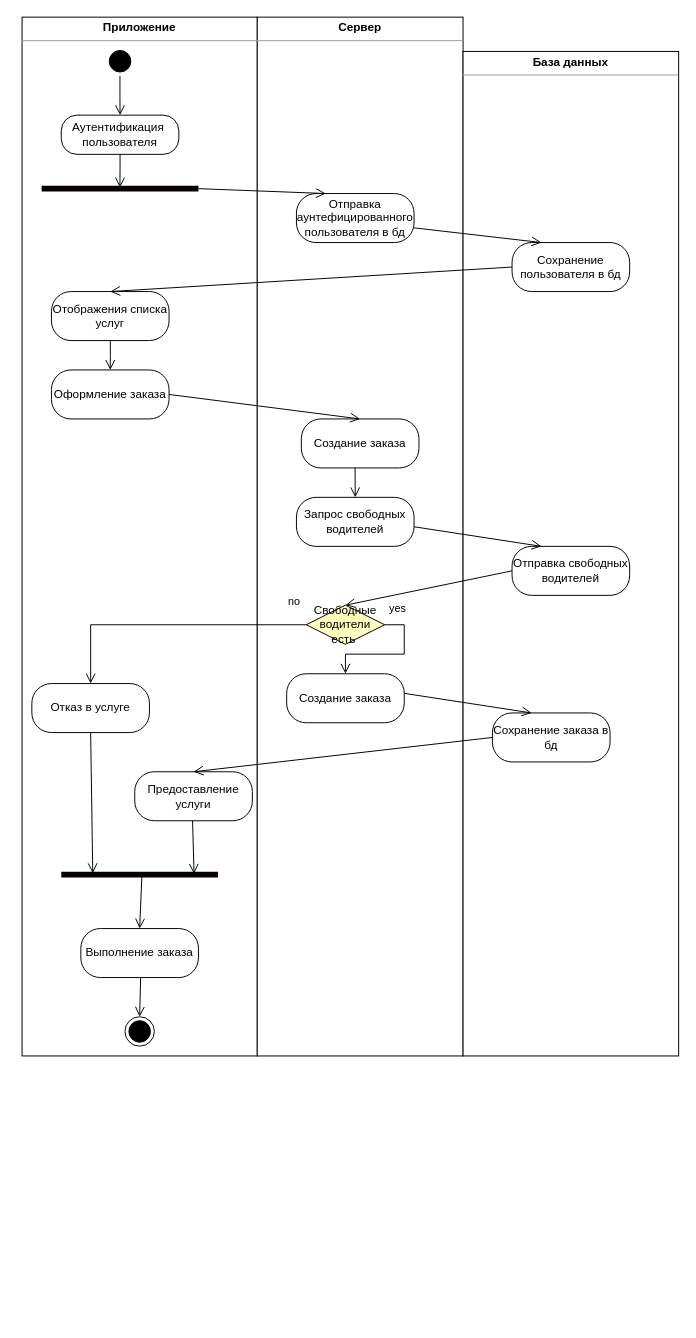
Earlier version of the draw.io diagram деятельности.drawio (Leewhocan/10_siaod). Source tidied: cells renumbered, new cells numbered last; positions are measured from the earlier drawing's top-left corner, leaving out a move shared by most shapes. Both pictures are drawn from the tidied source at 98%, with x=0, y=0 at pixel (22, 17).
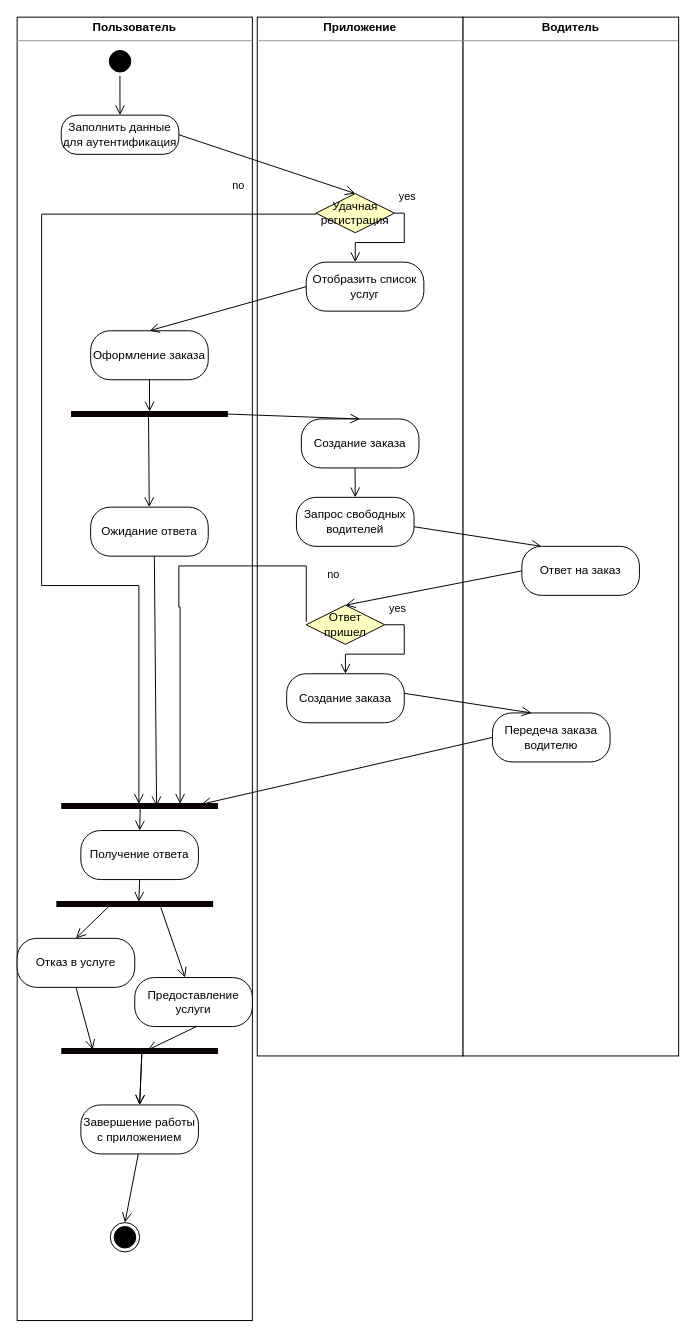
The same page after the edit.

The change refers to these unchanged cells:
```xml
<mxCell id="15" value="Создание заказа" style="rounded=1;whiteSpace=wrap;html=1;arcSize=40;fontColor=#000000;fillColor=#FFFFFF;strokeColor=#050000;" parent="1" vertex="1">
  <mxGeometry x="285" y="410" width="120" height="50" as="geometry" />
</mxCell>
```

The edit, as a diff of the source:
```diff
@@
-    <mxCell id="2" value="&lt;p style=&quot;margin:0px;margin-top:4px;text-align:center;&quot;&gt;&lt;b&gt;Приложение&lt;/b&gt;&lt;/p&gt;&lt;hr size=&quot;1&quot;&gt;&lt;div style=&quot;height:2px;&quot;&gt;&lt;/div&gt;" style="verticalAlign=top;align=left;overflow=fill;fontSize=12;fontFamily=Helvetica;html=1;whiteSpace=wrap;" parent="1" vertex="1">
-      <mxGeometry width="240" height="1060" as="geometry" />
+    <mxCell id="2" value="&lt;p style=&quot;margin:0px;margin-top:4px;text-align:center;&quot;&gt;&lt;b&gt;Пользователь&lt;/b&gt;&lt;/p&gt;&lt;hr size=&quot;1&quot;&gt;&lt;div style=&quot;height:2px;&quot;&gt;&lt;/div&gt;" style="verticalAlign=top;align=left;overflow=fill;fontSize=12;fontFamily=Helvetica;html=1;whiteSpace=wrap;" parent="1" vertex="1">
+      <mxGeometry x="-5" width="240" height="1330" as="geometry" />
     </mxCell>
-    <mxCell id="3" value="&lt;p style=&quot;margin:0px;margin-top:4px;text-align:center;&quot;&gt;&lt;b&gt;Сервер&lt;/b&gt;&lt;/p&gt;&lt;hr size=&quot;1&quot;&gt;&lt;div style=&quot;height:2px;&quot;&gt;&lt;/div&gt;" style="verticalAlign=top;align=left;overflow=fill;fontSize=12;fontFamily=Helvetica;html=1;whiteSpace=wrap;" parent="1" vertex="1">
+    <mxCell id="3" value="&lt;p style=&quot;margin:0px;margin-top:4px;text-align:center;&quot;&gt;&lt;b&gt;Приложение&lt;/b&gt;&lt;/p&gt;&lt;hr size=&quot;1&quot;&gt;&lt;div style=&quot;height:2px;&quot;&gt;&lt;/div&gt;" style="verticalAlign=top;align=left;overflow=fill;fontSize=12;fontFamily=Helvetica;html=1;whiteSpace=wrap;" parent="1" vertex="1">
       <mxGeometry x="240" width="210" height="1060" as="geometry" />
     </mxCell>
-    <mxCell id="4" value="&lt;p style=&quot;margin:0px;margin-top:4px;text-align:center;&quot;&gt;&lt;b&gt;База данных&lt;/b&gt;&lt;/p&gt;&lt;hr size=&quot;1&quot;&gt;&lt;div style=&quot;height:2px;&quot;&gt;&lt;/div&gt;" style="verticalAlign=top;align=left;overflow=fill;fontSize=12;fontFamily=Helvetica;html=1;whiteSpace=wrap;" parent="1" vertex="1">
-      <mxGeometry x="450" y="35" width="220" height="1025" as="geometry" />
+    <mxCell id="4" value="&lt;p style=&quot;margin:0px;margin-top:4px;text-align:center;&quot;&gt;&lt;b&gt;Водитель&lt;/b&gt;&lt;/p&gt;&lt;hr size=&quot;1&quot;&gt;&lt;div style=&quot;height:2px;&quot;&gt;&lt;/div&gt;" style="verticalAlign=top;align=left;overflow=fill;fontSize=12;fontFamily=Helvetica;html=1;whiteSpace=wrap;" parent="1" vertex="1">
+      <mxGeometry x="450" width="220" height="1060" as="geometry" />
     </mxCell>
@@
-    <mxCell id="7" value="Аутентификация&amp;nbsp;&lt;br&gt;пользователя" style="rounded=1;whiteSpace=wrap;html=1;arcSize=40;fontColor=#000000;fillColor=#FFFFFF;strokeColor=#050000;" parent="1" vertex="1">
+    <mxCell id="7" value="Заполнить данные для&amp;nbsp;аутентификация" style="rounded=1;whiteSpace=wrap;html=1;arcSize=40;fontColor=#000000;fillColor=#FFFFFF;strokeColor=#050000;" parent="1" vertex="1">
       <mxGeometry x="40" y="100" width="120" height="40" as="geometry" />
     </mxCell>
-    <mxCell id="8" style="edgeStyle=orthogonalEdgeStyle;html=1;verticalAlign=bottom;endArrow=open;endSize=8;strokeColor=#000000;rounded=0;entryX=0.499;entryY=0.392;entryDx=0;entryDy=0;entryPerimeter=0;" parent="1" edge="1" source="7" target="9">
-      <mxGeometry relative="1" as="geometry" />
-    </mxCell>
-    <mxCell id="9" style="shape=line;html=1;strokeWidth=6;strokeColor=#080000;" parent="1" vertex="1">
-      <mxGeometry x="20" y="170" width="160" height="10" as="geometry" />
-    </mxCell>
-    <mxCell id="10" value="Отправка аунтефицированного пользователя в бд" style="rounded=1;whiteSpace=wrap;html=1;arcSize=40;fontColor=#000000;fillColor=#FFFFFF;strokeColor=#050000;" parent="1" vertex="1">
-      <mxGeometry x="280" y="180" width="120" height="50" as="geometry" />
-    </mxCell>
-    <mxCell id="11" style="html=1;verticalAlign=bottom;endArrow=open;endSize=8;strokeColor=#000000;rounded=0;entryX=0.25;entryY=0;entryDx=0;entryDy=0;exitX=1;exitY=0.5;exitDx=0;exitDy=0;exitPerimeter=0;" parent="1" edge="1" source="9" target="10">
-      <mxGeometry relative="1" as="geometry" />
-    </mxCell>
     <mxCell id="12" value="Оформление заказа" style="rounded=1;whiteSpace=wrap;html=1;arcSize=40;fontColor=#000000;fillColor=#FFFFFF;strokeColor=#050000;" parent="1" vertex="1">
-      <mxGeometry x="30" y="360" width="120" height="50" as="geometry" />
+      <mxGeometry x="70" y="320" width="120" height="50" as="geometry" />
     </mxCell>
-    <mxCell id="13" value="Сохранение пользователя в бд" style="rounded=1;whiteSpace=wrap;html=1;arcSize=40;fontColor=#000000;fillColor=#FFFFFF;strokeColor=#050000;" parent="1" vertex="1">
-      <mxGeometry x="500" y="230" width="120" height="50" as="geometry" />
-    </mxCell>
-    <mxCell id="14" style="edgeStyle=orthogonalEdgeStyle;html=1;verticalAlign=bottom;endArrow=open;endSize=8;strokeColor=#080000;rounded=0;exitX=0.501;exitY=0.743;exitDx=0;exitDy=0;exitPerimeter=0;entryX=0.5;entryY=0;entryDx=0;entryDy=0;" parent="1" edge="1" source="18" target="12">
-      <mxGeometry relative="1" as="geometry" />
-    </mxCell>
@@
-    <mxCell id="16" style="html=1;verticalAlign=bottom;endArrow=open;endSize=8;strokeColor=#080000;rounded=0;exitX=1;exitY=0.5;exitDx=0;exitDy=0;entryX=0.5;entryY=0;entryDx=0;entryDy=0;" parent="1" edge="1" source="12" target="15">
+    <mxCell id="16" style="html=1;verticalAlign=bottom;endArrow=open;endSize=8;strokeColor=#080000;rounded=0;exitX=1;exitY=0.5;exitDx=0;exitDy=0;entryX=0.5;entryY=0;entryDx=0;entryDy=0;exitPerimeter=0;" parent="1" edge="1" source="46" target="15">
       <mxGeometry relative="1" as="geometry" />
     </mxCell>
-    <mxCell id="17" style="html=1;verticalAlign=bottom;endArrow=open;endSize=8;strokeColor=#000000;rounded=0;entryX=0.25;entryY=0;entryDx=0;entryDy=0;exitX=1;exitY=0.5;exitDx=0;exitDy=0;exitPerimeter=0;" parent="1" edge="1">
-      <mxGeometry relative="1" as="geometry">
-        <mxPoint x="400" y="215" as="sourcePoint" />
-        <mxPoint x="530" y="230" as="targetPoint" />
-      </mxGeometry>
-    </mxCell>
-    <mxCell id="18" value="Отображения списка услуг" style="rounded=1;whiteSpace=wrap;html=1;arcSize=40;fontColor=#000000;fillColor=#FFFFFF;strokeColor=#050000;" parent="1" vertex="1">
-      <mxGeometry x="30" y="280" width="120" height="50" as="geometry" />
-    </mxCell>
-    <mxCell id="19" style="html=1;verticalAlign=bottom;endArrow=open;endSize=8;strokeColor=#000000;rounded=0;entryX=0.5;entryY=0;entryDx=0;entryDy=0;exitX=0;exitY=0.5;exitDx=0;exitDy=0;" parent="1" edge="1" source="13" target="18">
-      <mxGeometry relative="1" as="geometry" />
-    </mxCell>
-    <mxCell id="20" value="Свободные водители есть&amp;nbsp;" style="rhombus;whiteSpace=wrap;html=1;fontColor=#000000;fillColor=#ffffc0;strokeColor=#0A0000;" parent="1" vertex="1">
+    <mxCell id="20" value="Ответ пришел" style="rhombus;whiteSpace=wrap;html=1;fontColor=#000000;fillColor=#ffffc0;strokeColor=#0A0000;" parent="1" vertex="1">
       <mxGeometry x="290" y="600" width="80" height="40" as="geometry" />
     </mxCell>
-    <mxCell id="21" value="no" style="edgeStyle=orthogonalEdgeStyle;html=1;align=left;verticalAlign=bottom;endArrow=open;endSize=8;strokeColor=#0A0000;rounded=0;entryX=0.5;entryY=0;entryDx=0;entryDy=0;" parent="1" edge="1" source="20" target="28">
-      <mxGeometry x="-0.86" y="-15" relative="1" as="geometry" />
+    <mxCell id="21" value="no" style="edgeStyle=orthogonalEdgeStyle;html=1;align=left;verticalAlign=bottom;endArrow=open;endSize=8;strokeColor=#0A0000;rounded=0;entryX=0.495;entryY=0.28;entryDx=0;entryDy=0;entryPerimeter=0;" parent="1" edge="1" target="49">
+      <mxGeometry x="-0.82" y="-20" relative="1" as="geometry">
+        <mxPoint x="300" y="200" as="sourcePoint" />
+        <Array as="points">
+          <mxPoint x="300" y="201" />
+          <mxPoint x="20" y="201" />
+          <mxPoint x="20" y="580" />
+          <mxPoint x="119" y="580" />
+        </Array>
+      </mxGeometry>
     </mxCell>
@@
-    <mxCell id="25" value="Отправка свободных водителей" style="rounded=1;whiteSpace=wrap;html=1;arcSize=40;fontColor=#000000;fillColor=#FFFFFF;strokeColor=#050000;" parent="1" vertex="1">
-      <mxGeometry x="500" y="540" width="120" height="50" as="geometry" />
-    </mxCell>
-    <mxCell id="26" style="html=1;verticalAlign=bottom;endArrow=open;endSize=8;strokeColor=#000000;rounded=0;entryX=0.25;entryY=0;entryDx=0;entryDy=0;exitX=1;exitY=0.5;exitDx=0;exitDy=0;exitPerimeter=0;" parent="1" edge="1" target="25">
+    <mxCell id="26" style="html=1;verticalAlign=bottom;endArrow=open;endSize=8;strokeColor=#000000;rounded=0;entryX=0.25;entryY=0;entryDx=0;entryDy=0;exitX=1;exitY=0.5;exitDx=0;exitDy=0;exitPerimeter=0;" parent="1" edge="1">
       <mxGeometry relative="1" as="geometry">
         <mxPoint x="400" y="520" as="sourcePoint" />
+        <mxPoint x="530" y="540" as="targetPoint" />
       </mxGeometry>
     </mxCell>
-    <mxCell id="27" style="shape=line;html=1;strokeWidth=6;strokeColor=#080000;" parent="1" vertex="1">
-      <mxGeometry x="40" y="870" width="160" height="10" as="geometry" />
-    </mxCell>
     <mxCell id="28" value="Отказ в услуге" style="rounded=1;whiteSpace=wrap;html=1;arcSize=40;fontColor=#000000;fillColor=#FFFFFF;strokeColor=#050000;" parent="1" vertex="1">
-      <mxGeometry x="10" y="680" width="120" height="50" as="geometry" />
+      <mxGeometry x="-5" y="940" width="120" height="50" as="geometry" />
     </mxCell>
     <mxCell id="29" value="Предоставление услуги" style="rounded=1;whiteSpace=wrap;html=1;arcSize=40;fontColor=#000000;fillColor=#FFFFFF;strokeColor=#050000;" parent="1" vertex="1">
-      <mxGeometry x="115" y="770" width="120" height="50" as="geometry" />
+      <mxGeometry x="115" y="980" width="120" height="50" as="geometry" />
     </mxCell>
-    <mxCell id="30" style="html=1;verticalAlign=bottom;endArrow=open;endSize=8;strokeColor=#000000;rounded=0;entryX=0.5;entryY=0;entryDx=0;entryDy=0;exitX=0;exitY=0.5;exitDx=0;exitDy=0;" parent="1" edge="1" source="25" target="20">
+    <mxCell id="30" style="html=1;verticalAlign=bottom;endArrow=open;endSize=8;strokeColor=#000000;rounded=0;entryX=0.5;entryY=0;entryDx=0;entryDy=0;exitX=0;exitY=0.5;exitDx=0;exitDy=0;" parent="1" edge="1" source="50" target="20">
       <mxGeometry relative="1" as="geometry" />
     </mxCell>
@@
-    <mxCell id="32" value="Сохранение заказа в бд" style="rounded=1;whiteSpace=wrap;html=1;arcSize=40;fontColor=#000000;fillColor=#FFFFFF;strokeColor=#050000;" parent="1" vertex="1">
+    <mxCell id="32" value="Передеча заказа водителю" style="rounded=1;whiteSpace=wrap;html=1;arcSize=40;fontColor=#000000;fillColor=#FFFFFF;strokeColor=#050000;" parent="1" vertex="1">
       <mxGeometry x="480" y="710" width="120" height="50" as="geometry" />
     </mxCell>
@@
-    <mxCell id="34" style="html=1;verticalAlign=bottom;endArrow=open;endSize=8;strokeColor=#000000;rounded=0;entryX=0.5;entryY=0;entryDx=0;entryDy=0;exitX=0;exitY=0.5;exitDx=0;exitDy=0;" parent="1" edge="1" source="32" target="29">
-      <mxGeometry relative="1" as="geometry" />
-    </mxCell>
@@
-    <mxCell id="36" style="html=1;verticalAlign=bottom;endArrow=open;endSize=8;strokeColor=#000000;rounded=0;entryX=0.847;entryY=0.411;entryDx=0;entryDy=0;exitX=0.5;exitY=1;exitDx=0;exitDy=0;entryPerimeter=0;" parent="1" edge="1" target="27">
-      <mxGeometry relative="1" as="geometry">
-        <mxPoint x="174" y="820" as="sourcePoint" />
-      </mxGeometry>
-    </mxCell>
-    <mxCell id="37" value="Выполнение заказа" style="rounded=1;whiteSpace=wrap;html=1;arcSize=40;fontColor=#000000;fillColor=#FFFFFF;strokeColor=#050000;" parent="1" vertex="1">
-      <mxGeometry x="60" y="930" width="120" height="50" as="geometry" />
-    </mxCell>
     <mxCell id="38" style="ellipse;html=1;shape=endState;fillColor=#000000;strokeColor=#0D0000;" parent="1" vertex="1">
-      <mxGeometry x="105" y="1020" width="30" height="30" as="geometry" />
+      <mxGeometry x="90" y="1230" width="30" height="30" as="geometry" />
     </mxCell>
@@
-    <mxCell id="40" style="html=1;verticalAlign=bottom;endArrow=open;endSize=8;strokeColor=#000000;rounded=0;entryX=0.5;entryY=0;entryDx=0;entryDy=0;exitX=0.514;exitY=0.689;exitDx=0;exitDy=0;exitPerimeter=0;" parent="1" edge="1" target="38">
-      <mxGeometry relative="1" as="geometry">
-        <mxPoint x="121" y="980" as="sourcePoint" />
-      </mxGeometry>
+    <mxCell id="40" style="html=1;verticalAlign=bottom;endArrow=open;endSize=8;strokeColor=#000000;rounded=0;entryX=0.5;entryY=0;entryDx=0;entryDy=0;exitX=0.514;exitY=0.689;exitDx=0;exitDy=0;exitPerimeter=0;" parent="1" edge="1" source="37" target="38">
+      <mxGeometry relative="1" as="geometry" />
     </mxCell>
+    <mxCell id="41" value="Удачная регистрация" style="rhombus;whiteSpace=wrap;html=1;fontColor=#000000;fillColor=#ffffc0;strokeColor=#0A0000;" parent="1" vertex="1">
+      <mxGeometry x="300" y="180" width="80" height="40" as="geometry" />
+    </mxCell>
+    <mxCell id="42" value="yes" style="edgeStyle=orthogonalEdgeStyle;html=1;align=left;verticalAlign=top;endArrow=open;endSize=8;strokeColor=#050000;rounded=0;entryX=0.5;entryY=0;entryDx=0;entryDy=0;" parent="1" edge="1">
+      <mxGeometry x="-0.95" y="30" relative="1" as="geometry">
+        <mxPoint x="380" y="200" as="sourcePoint" />
+        <mxPoint x="340" y="250" as="targetPoint" />
+        <Array as="points">
+          <mxPoint x="390" y="200" />
+          <mxPoint x="390" y="230" />
+          <mxPoint x="340" y="230" />
+        </Array>
+      </mxGeometry>
+    </mxCell>
+    <mxCell id="43" value="Отобразить список услуг" style="rounded=1;whiteSpace=wrap;html=1;arcSize=40;fontColor=#000000;fillColor=#FFFFFF;strokeColor=#050000;" parent="1" vertex="1">
+      <mxGeometry x="290" y="250" width="120" height="50" as="geometry" />
+    </mxCell>
+    <mxCell id="44" style="html=1;verticalAlign=bottom;endArrow=open;endSize=8;strokeColor=#000000;rounded=0;entryX=0.5;entryY=0;entryDx=0;entryDy=0;exitX=1;exitY=0.5;exitDx=0;exitDy=0;exitPerimeter=0;" parent="1" edge="1" target="41">
+      <mxGeometry relative="1" as="geometry">
+        <mxPoint x="160" y="120" as="sourcePoint" />
+      </mxGeometry>
+    </mxCell>
+    <mxCell id="45" style="html=1;verticalAlign=bottom;endArrow=open;endSize=8;strokeColor=#000000;rounded=0;entryX=0.5;entryY=0;entryDx=0;entryDy=0;exitX=0;exitY=0.5;exitDx=0;exitDy=0;" parent="1" edge="1" source="43" target="12">
+      <mxGeometry relative="1" as="geometry" />
+    </mxCell>
+    <mxCell id="46" style="shape=line;html=1;strokeWidth=6;strokeColor=#080000;" parent="1" vertex="1">
+      <mxGeometry x="50" y="400" width="160" height="10" as="geometry" />
+    </mxCell>
+    <mxCell id="47" value="Ожидание ответа" style="rounded=1;whiteSpace=wrap;html=1;arcSize=40;fontColor=#000000;fillColor=#FFFFFF;strokeColor=#050000;" parent="1" vertex="1">
+      <mxGeometry x="70" y="500" width="120" height="50" as="geometry" />
+    </mxCell>
+    <mxCell id="48" style="html=1;verticalAlign=bottom;endArrow=open;endSize=8;strokeColor=#080000;rounded=0;exitX=0.5;exitY=1;exitDx=0;exitDy=0;entryX=0.501;entryY=0.244;entryDx=0;entryDy=0;entryPerimeter=0;" parent="1" edge="1" source="12" target="46">
+      <mxGeometry relative="1" as="geometry" />
+    </mxCell>
+    <mxCell id="49" style="shape=line;html=1;strokeWidth=6;strokeColor=#080000;" parent="1" vertex="1">
+      <mxGeometry x="40" y="800" width="160" height="10" as="geometry" />
+    </mxCell>
+    <mxCell id="50" value="Ответ на заказ" style="rounded=1;whiteSpace=wrap;html=1;arcSize=40;fontColor=#000000;fillColor=#FFFFFF;strokeColor=#050000;" parent="1" vertex="1">
+      <mxGeometry x="510" y="540" width="120" height="50" as="geometry" />
+    </mxCell>
+    <mxCell id="51" style="html=1;verticalAlign=bottom;endArrow=open;endSize=8;strokeColor=#080000;rounded=0;exitX=0.494;exitY=0.627;exitDx=0;exitDy=0;exitPerimeter=0;" parent="1" edge="1" source="46" target="47">
+      <mxGeometry relative="1" as="geometry" />
+    </mxCell>
+    <mxCell id="52" value="no" style="edgeStyle=orthogonalEdgeStyle;html=1;align=left;verticalAlign=bottom;endArrow=open;endSize=8;strokeColor=#0A0000;rounded=0;entryX=0.758;entryY=0.28;entryDx=0;entryDy=0;entryPerimeter=0;" parent="1" edge="1" target="49">
+      <mxGeometry x="-0.82" y="-20" relative="1" as="geometry">
+        <mxPoint x="290" y="617" as="sourcePoint" />
+        <Array as="points">
+          <mxPoint x="290" y="560" />
+          <mxPoint x="160" y="560" />
+          <mxPoint x="160" y="602" />
+          <mxPoint x="161" y="602" />
+        </Array>
+      </mxGeometry>
+    </mxCell>
+    <mxCell id="53" value="Получение ответа" style="rounded=1;whiteSpace=wrap;html=1;arcSize=40;fontColor=#000000;fillColor=#FFFFFF;strokeColor=#050000;" parent="1" vertex="1">
+      <mxGeometry x="60" y="830" width="120" height="50" as="geometry" />
+    </mxCell>
+    <mxCell id="54" style="html=1;verticalAlign=bottom;endArrow=open;endSize=8;strokeColor=#080000;rounded=0;exitX=0.494;exitY=0.627;exitDx=0;exitDy=0;exitPerimeter=0;entryX=0.608;entryY=0.52;entryDx=0;entryDy=0;entryPerimeter=0;" parent="1" edge="1" target="49">
+      <mxGeometry relative="1" as="geometry">
+        <mxPoint x="135" y="550" as="sourcePoint" />
+      </mxGeometry>
+    </mxCell>
+    <mxCell id="55" style="html=1;verticalAlign=bottom;endArrow=open;endSize=8;strokeColor=#080000;rounded=0;exitX=0.504;exitY=0.667;exitDx=0;exitDy=0;exitPerimeter=0;entryX=0.5;entryY=0;entryDx=0;entryDy=0;" parent="1" edge="1" source="49" target="53">
+      <mxGeometry relative="1" as="geometry" />
+    </mxCell>
+    <mxCell id="56" style="shape=line;html=1;strokeWidth=6;strokeColor=#080000;" parent="1" vertex="1">
+      <mxGeometry x="35" y="900" width="160" height="10" as="geometry" />
+    </mxCell>
+    <mxCell id="57" style="html=1;verticalAlign=bottom;endArrow=open;endSize=8;strokeColor=#000000;rounded=0;entryX=0.5;entryY=0;entryDx=0;entryDy=0;exitX=0.514;exitY=0.689;exitDx=0;exitDy=0;exitPerimeter=0;" parent="1" edge="1" source="27" target="37">
+      <mxGeometry relative="1" as="geometry" />
+    </mxCell>
+    <mxCell id="37" value="Завершение работы с приложением" style="rounded=1;whiteSpace=wrap;html=1;arcSize=40;fontColor=#000000;fillColor=#FFFFFF;strokeColor=#050000;" parent="1" vertex="1">
+      <mxGeometry x="60" y="1110" width="120" height="50" as="geometry" />
+    </mxCell>
+    <mxCell id="58" style="html=1;verticalAlign=bottom;endArrow=open;endSize=8;strokeColor=#000000;rounded=0;exitX=0.666;exitY=0.84;exitDx=0;exitDy=0;exitPerimeter=0;" parent="1" edge="1" source="56" target="29">
+      <mxGeometry relative="1" as="geometry" />
+    </mxCell>
+    <mxCell id="27" style="shape=line;html=1;strokeWidth=6;strokeColor=#080000;" parent="1" vertex="1">
+      <mxGeometry x="40" y="1050" width="160" height="10" as="geometry" />
+    </mxCell>
+    <mxCell id="59" style="html=1;verticalAlign=bottom;endArrow=open;endSize=8;strokeColor=#000000;rounded=0;entryX=0.893;entryY=0.32;entryDx=0;entryDy=0;exitX=0;exitY=0.5;exitDx=0;exitDy=0;entryPerimeter=0;" parent="1" edge="1" source="32" target="49">
+      <mxGeometry relative="1" as="geometry" />
+    </mxCell>
+    <mxCell id="60" style="html=1;verticalAlign=bottom;endArrow=open;endSize=8;strokeColor=#000000;rounded=0;entryX=0.526;entryY=0.28;entryDx=0;entryDy=0;exitX=0.5;exitY=1;exitDx=0;exitDy=0;entryPerimeter=0;" parent="1" edge="1" source="53" target="56">
+      <mxGeometry relative="1" as="geometry" />
+    </mxCell>
+    <mxCell id="61" style="html=1;verticalAlign=bottom;endArrow=open;endSize=8;strokeColor=#000000;rounded=0;exitX=0.666;exitY=0.84;exitDx=0;exitDy=0;exitPerimeter=0;entryX=0.5;entryY=0;entryDx=0;entryDy=0;" parent="1" edge="1" target="28">
+      <mxGeometry relative="1" as="geometry">
+        <mxPoint x="88" y="908" as="sourcePoint" />
+      </mxGeometry>
+    </mxCell>
+    <mxCell id="62" style="html=1;verticalAlign=bottom;endArrow=open;endSize=8;strokeColor=#000000;rounded=0;entryX=0.55;entryY=0.4;entryDx=0;entryDy=0;exitX=0.5;exitY=1;exitDx=0;exitDy=0;entryPerimeter=0;" parent="1" edge="1" target="27">
+      <mxGeometry relative="1" as="geometry">
+        <mxPoint x="178" y="1030" as="sourcePoint" />
+      </mxGeometry>
+    </mxCell>
```
